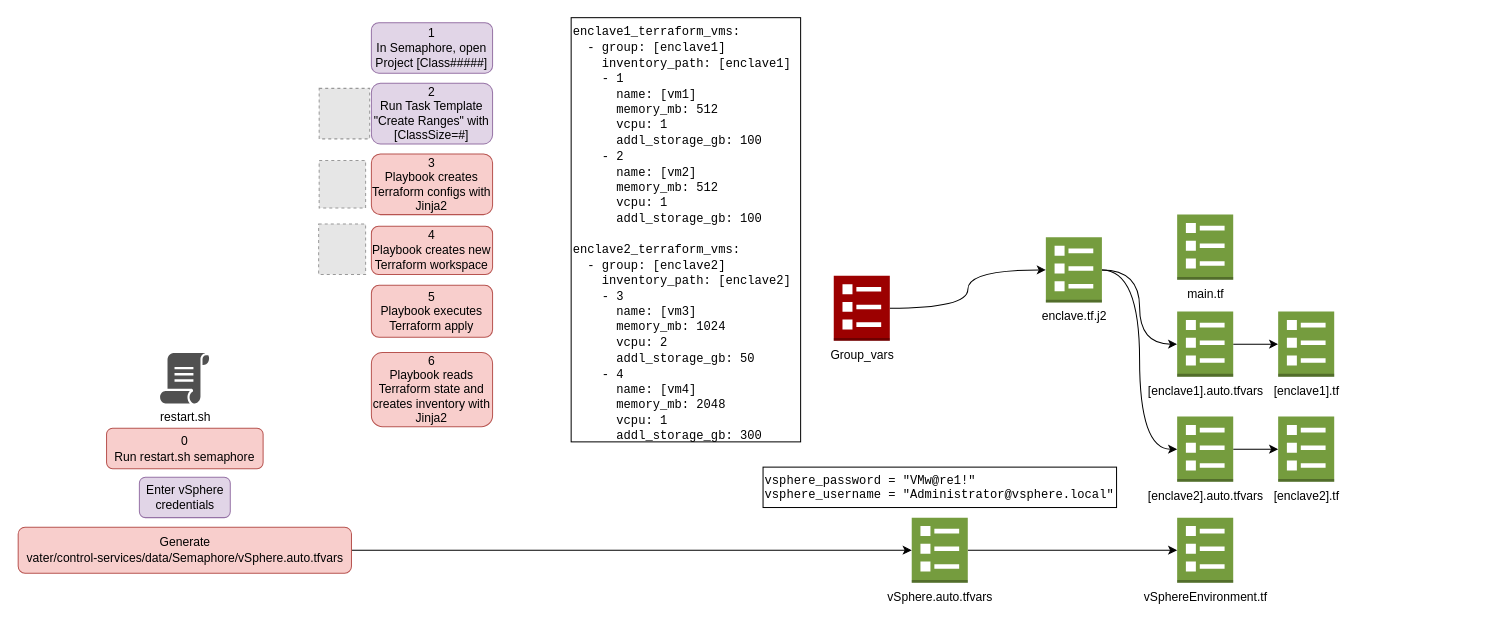
dev4vater/vater keeps this draw.io diagram as diagram/terraformDesign.drawio. Above is the earlier version. Source tidied: cells renumbered, new cells numbered last; positions are measured from the earlier drawing's top-left corner, leaving out a move shared by most shapes. Both pictures are drawn from the tidied source at 101%, with x=0, y=0 at pixel (17, 17). Pictures stored in the file or linked from it are replaced by grey dashed boxes.
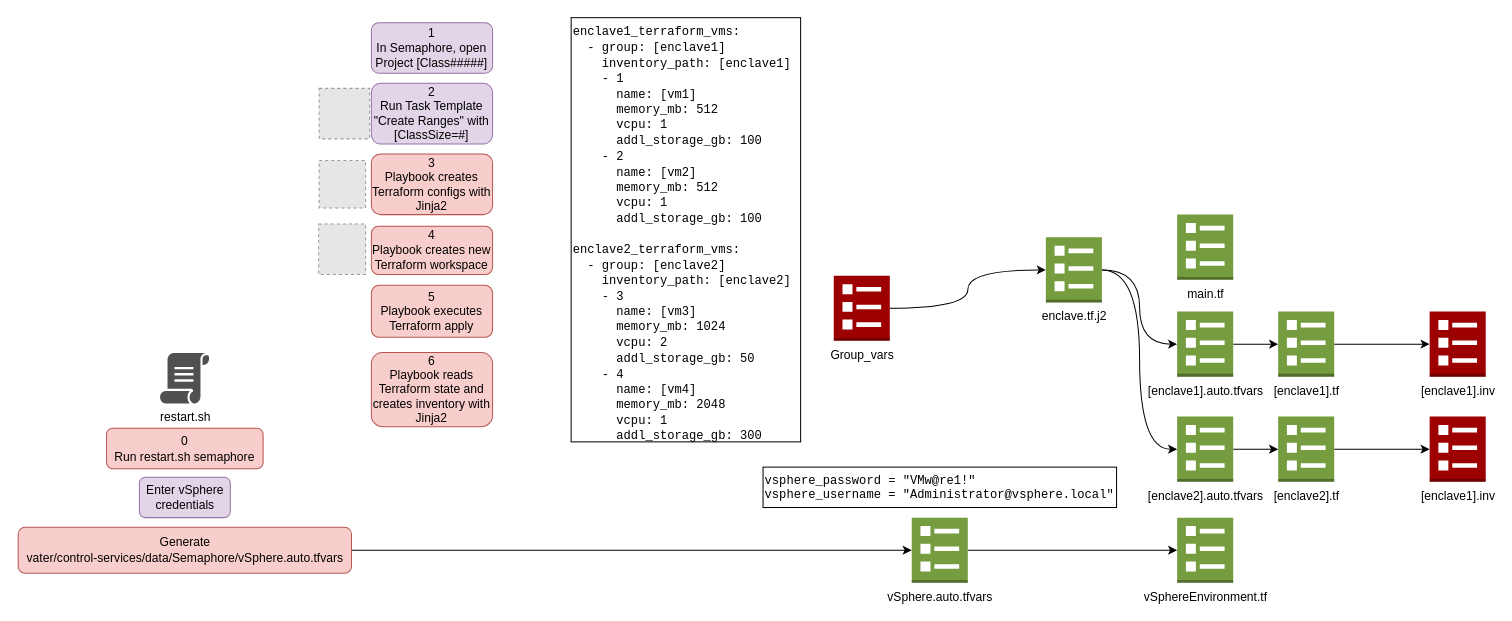
The same diagram, later.

Unchanged cells that the change refers to:
```xml
<mxCell id="12" value="[enclave1].tf" style="outlineConnect=0;dashed=0;verticalLabelPosition=bottom;verticalAlign=top;align=center;html=1;shape=mxgraph.aws3.template;fillColor=#759C3E;gradientColor=none;" parent="1" vertex="1">
  <mxGeometry x="1248" y="291" width="55.5" height="64.5" as="geometry" />
</mxCell>
<mxCell id="13" value="[enclave2].tf" style="outlineConnect=0;dashed=0;verticalLabelPosition=bottom;verticalAlign=top;align=center;html=1;shape=mxgraph.aws3.template;fillColor=#759C3E;gradientColor=none;" parent="1" vertex="1">
  <mxGeometry x="1248" y="395" width="55.5" height="64.5" as="geometry" />
</mxCell>
```

Diff of the diagram source:
```diff
@@
+    <mxCell id="35" style="edgeStyle=none;rounded=0;jettySize=auto;html=1;exitX=1;exitY=0.5;exitDx=0;exitDy=0;exitPerimeter=0;entryX=0;entryY=0.5;entryDx=0;entryDy=0;entryPerimeter=0;fontFamily=Helvetica;fontSize=14;" parent="1" edge="1" source="12" target="37">
+      <mxGeometry relative="1" as="geometry" />
+    </mxCell>
@@
+    <mxCell id="36" style="edgeStyle=none;rounded=0;jettySize=auto;html=1;exitX=1;exitY=0.5;exitDx=0;exitDy=0;exitPerimeter=0;entryX=0;entryY=0.5;entryDx=0;entryDy=0;entryPerimeter=0;fontFamily=Helvetica;fontSize=14;" parent="1" edge="1" source="13" target="38">
+      <mxGeometry relative="1" as="geometry" />
+    </mxCell>
@@
+    <mxCell id="37" value="[enclave1].inv" style="outlineConnect=0;dashed=0;verticalLabelPosition=bottom;verticalAlign=top;align=center;html=1;shape=mxgraph.aws3.template;fillColor=#9C0000;gradientColor=none;" parent="1" vertex="1">
+      <mxGeometry x="1398" y="291" width="55.5" height="64.5" as="geometry" />
+    </mxCell>
+    <mxCell id="38" value="[enclave1].inv" style="outlineConnect=0;dashed=0;verticalLabelPosition=bottom;verticalAlign=top;align=center;html=1;shape=mxgraph.aws3.template;fillColor=#9C0000;gradientColor=none;" parent="1" vertex="1">
+      <mxGeometry x="1398" y="395" width="55.5" height="64.5" as="geometry" />
+    </mxCell>
```
